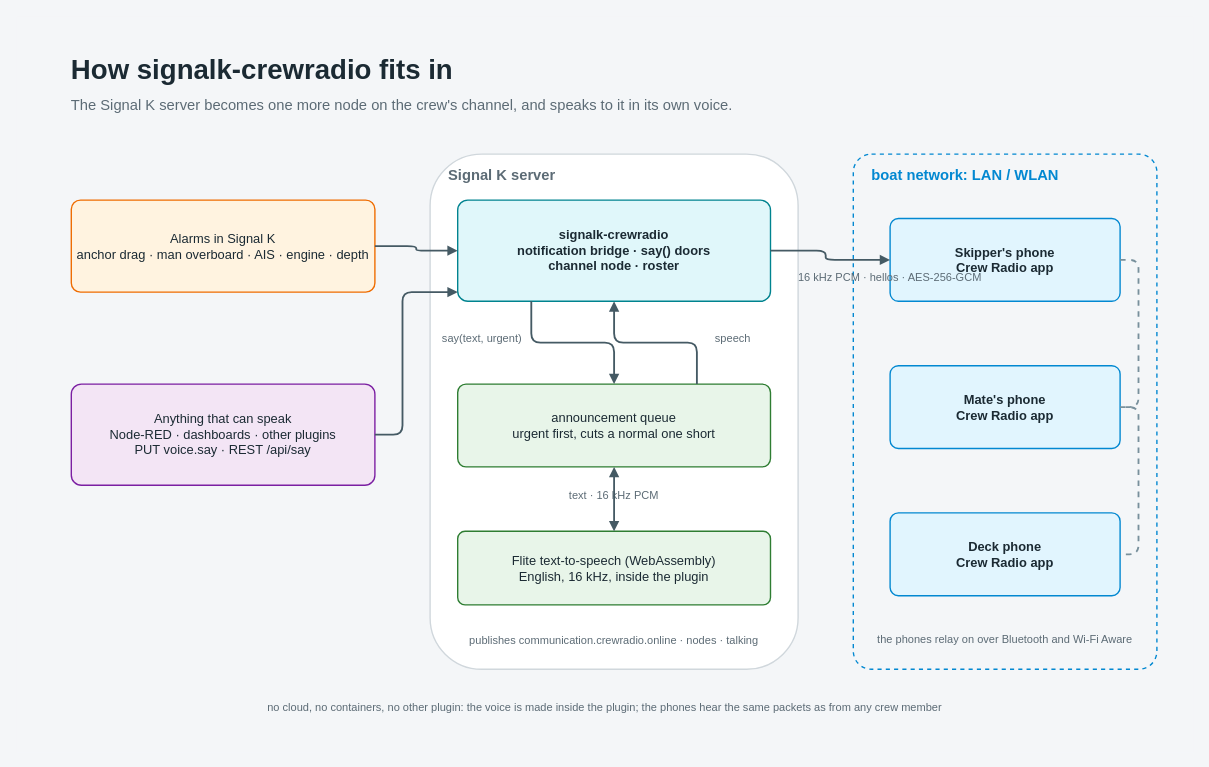
Before: sk-plugin/docs/diagrams/how-it-fits.drawio in KEGustafsson/android-push-to-talk, a draw.io diagram. Source tidied: cells renumbered, new cells numbered last; positions are measured from the earlier drawing's top-left corner, leaving out a move shared by most shapes. Both pictures are drawn from the tidied source at 92%, with x=0, y=0 at pixel (16, 16).
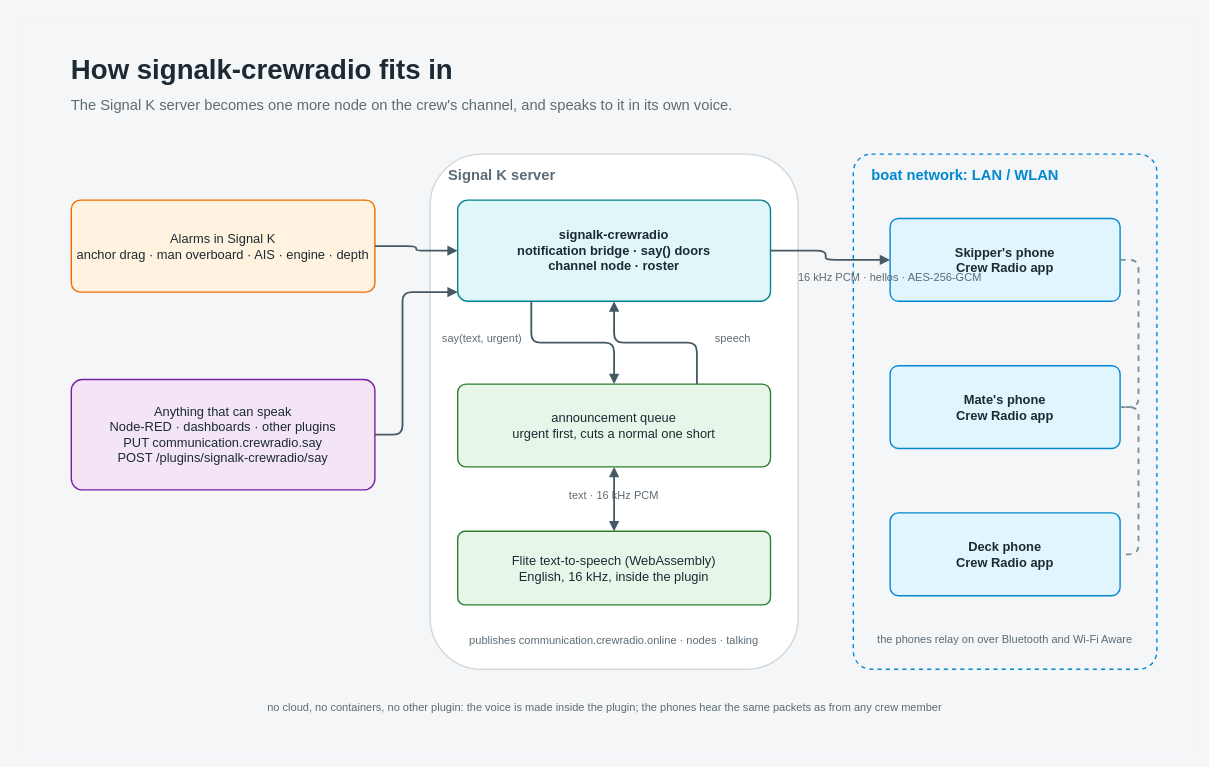
After the change.

What changed in the source:
```diff
@@
-    <mxCell id="6" value="Anything that can speak&lt;br&gt;Node-RED · dashboards · other plugins&lt;br&gt;PUT voice.say · REST /api/say" style="rounded=1;arcSize=10;whiteSpace=wrap;html=1;fillColor=#F3E5F5;strokeColor=#7B1FA2;strokeWidth=1.5;fontSize=14;fontColor=#1B2A33;fontFamily=Helvetica;" parent="1" vertex="1">
-      <mxGeometry x="60" y="400" width="330" height="110" as="geometry" />
+    <mxCell id="6" value="Anything that can speak&lt;br&gt;Node-RED · dashboards · other plugins&lt;br&gt;PUT communication.crewradio.say&lt;br&gt;POST /plugins/signalk-crewradio/say" style="rounded=1;arcSize=10;whiteSpace=wrap;html=1;fillColor=#F3E5F5;strokeColor=#7B1FA2;strokeWidth=1.5;fontSize=14;fontColor=#1B2A33;fontFamily=Helvetica;" parent="1" vertex="1">
+      <mxGeometry x="60" y="395" width="330" height="120" as="geometry" />
     </mxCell>
```
